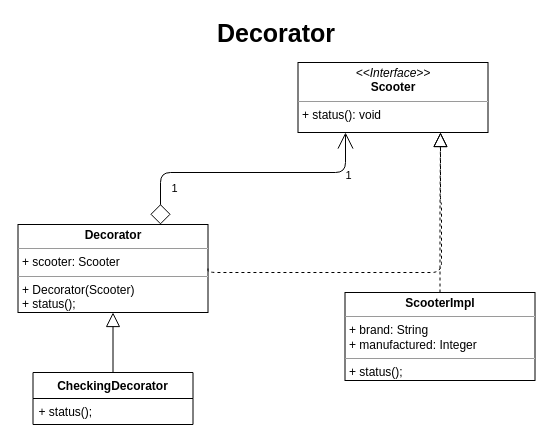
antariuz/uml keeps this draw.io diagram as page "Decorator" (4 of 7) of patterns/structural.drawio. Above is the earlier version. Source tidied: cells renumbered, new cells numbered last; positions are measured from the earlier drawing's top-left corner, leaving out a move shared by most shapes. Both pictures are drawn from the tidied source at 100%, with x=0, y=0 at pixel (17, 22).
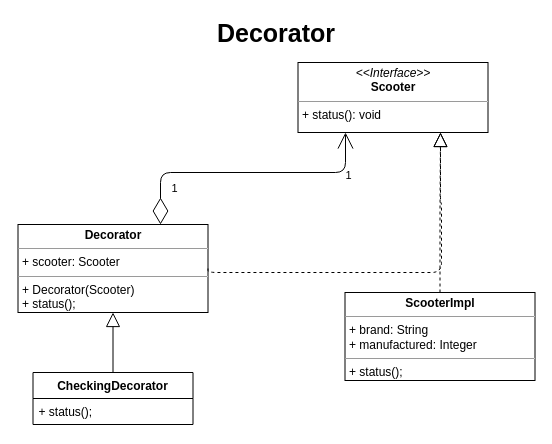
After the change.

What changed in the source:
```diff
@@
 <mxGraphModel>
   <root>
     <mxCell id="0" />
     <mxCell id="1" parent="0" />
     <mxCell id="2" value="&lt;span style=&quot;font-size: 25px&quot;&gt;&lt;b&gt;Decorator&lt;/b&gt;&lt;/span&gt;" style="text;html=1;strokeColor=none;fillColor=none;align=center;verticalAlign=middle;whiteSpace=wrap;rounded=0;" parent="1" vertex="1">
       <mxGeometry x="154" width="210" height="20" as="geometry" />
     </mxCell>
     <mxCell id="3" value="&lt;p style=&quot;margin: 0px ; margin-top: 4px ; text-align: center&quot;&gt;&lt;b&gt;Decorator&lt;/b&gt;&lt;/p&gt;&lt;hr size=&quot;1&quot;&gt;&lt;p style=&quot;margin: 0px ; margin-left: 4px&quot;&gt;+ scooter: Scooter&lt;br&gt;&lt;/p&gt;&lt;hr size=&quot;1&quot;&gt;&lt;p style=&quot;margin: 0px ; margin-left: 4px&quot;&gt;+ Decorator(Scooter)&lt;/p&gt;&lt;p style=&quot;margin: 0px ; margin-left: 4px&quot;&gt;+ status();&lt;br&gt;&lt;/p&gt;" style="verticalAlign=top;align=left;overflow=fill;fontSize=12;fontFamily=Helvetica;html=1;" parent="1" vertex="1">
       <mxGeometry x="0.5" y="202" width="190" height="88" as="geometry" />
     </mxCell>
     <mxCell id="4" value="&lt;p style=&quot;margin: 0px ; margin-top: 4px ; text-align: center&quot;&gt;&lt;i&gt;&amp;lt;&amp;lt;Interface&amp;gt;&amp;gt;&lt;/i&gt;&lt;br&gt;&lt;b&gt;Scooter&lt;/b&gt;&lt;/p&gt;&lt;hr size=&quot;1&quot;&gt;&lt;p style=&quot;margin: 0px ; margin-left: 4px&quot;&gt;+ status(): void&lt;br&gt;&lt;/p&gt;" style="verticalAlign=top;align=left;overflow=fill;fontSize=12;fontFamily=Helvetica;html=1;" parent="1" vertex="1">
       <mxGeometry x="280.5" y="40" width="190" height="70" as="geometry" />
     </mxCell>
-    <mxCell id="5" value="Relation" style="endArrow=open;endSize=14;startArrow=diamond;startSize=18;startFill=0;edgeStyle=orthogonalEdgeStyle;noLabel=1;fontColor=none;labelBackgroundColor=none;endFill=0;strokeWidth=1;entryX=0.25;entryY=1;entryDx=0;entryDy=0;exitX=0.75;exitY=0;exitDx=0;exitDy=0;jumpSize=16;" parent="1" edge="1" source="3" target="4">
+    <mxCell id="5" value="Relation" style="endArrow=open;endSize=14;startArrow=diamondThin;startSize=24;startFill=0;edgeStyle=orthogonalEdgeStyle;noLabel=1;fontColor=none;labelBackgroundColor=none;endFill=0;strokeWidth=1;entryX=0.25;entryY=1;entryDx=0;entryDy=0;exitX=0.75;exitY=0;exitDx=0;exitDy=0;jumpSize=16;" parent="1" edge="1" source="3" target="4">
       <mxGeometry relative="1" as="geometry">
         <Array as="points">
           <mxPoint x="143.5" y="150" />
           <mxPoint x="328.5" y="150" />
         </Array>
       </mxGeometry>
     </mxCell>
     <mxCell id="6" value="1" style="edgeLabel;html=1;align=center;verticalAlign=middle;" parent="5" vertex="1">
       <mxGeometry x="-0.13" y="2" relative="1" as="geometry">
         <mxPoint x="-55" y="17" as="offset" />
       </mxGeometry>
     </mxCell>
     <mxCell id="7" value="1" style="edgeLabel;html=1;align=center;verticalAlign=middle;" parent="5" vertex="1">
       <mxGeometry x="0.59" y="-2" relative="1" as="geometry">
         <mxPoint x="19" as="offset" />
       </mxGeometry>
     </mxCell>
     <mxCell id="8" style="endArrow=block;endFill=0;endSize=12;html=1;entryX=0.75;entryY=1;entryDx=0;entryDy=0;edgeStyle=orthogonalEdgeStyle;dashed=1;exitX=1;exitY=0.5;exitDx=0;exitDy=0;" parent="1" edge="1" source="3" target="4">
       <mxGeometry relative="1" as="geometry">
         <Array as="points">
           <mxPoint x="191" y="250" />
           <mxPoint x="424" y="250" />
           <mxPoint x="424" y="180" />
           <mxPoint x="423" y="180" />
         </Array>
       </mxGeometry>
     </mxCell>
     <mxCell id="9" style="endArrow=block;dashed=1;endFill=0;endSize=12;html=1;exitX=0.5;exitY=0;exitDx=0;exitDy=0;edgeStyle=orthogonalEdgeStyle;entryX=0.75;entryY=1;entryDx=0;entryDy=0;" parent="1" edge="1" source="13" target="4">
       <mxGeometry relative="1" as="geometry" />
     </mxCell>
     <mxCell id="10" value="CheckingDecorator" style="swimlane;fontStyle=1;align=center;verticalAlign=top;horizontal=1;startSize=26;" parent="1" vertex="1">
       <mxGeometry x="15.5" y="350" width="160" height="52" as="geometry" />
     </mxCell>
     <mxCell id="11" value="+ status();" style="text;strokeColor=none;fillColor=none;align=left;verticalAlign=top;spacingLeft=4;spacingRight=4;overflow=hidden;" parent="10" vertex="1">
       <mxGeometry y="26" width="160" height="26" as="geometry" />
     </mxCell>
     <mxCell id="12" style="endArrow=block;endFill=0;endSize=12;html=1;entryX=0.5;entryY=1;entryDx=0;entryDy=0;edgeStyle=orthogonalEdgeStyle;exitX=0.5;exitY=0;exitDx=0;exitDy=0;" parent="1" edge="1" source="10" target="3">
       <mxGeometry relative="1" as="geometry" />
     </mxCell>
     <mxCell id="13" value="&lt;p style=&quot;margin: 0px ; margin-top: 4px ; text-align: center&quot;&gt;&lt;b&gt;ScooterImpl&lt;/b&gt;&lt;/p&gt;&lt;hr size=&quot;1&quot;&gt;&lt;p style=&quot;margin: 0px ; margin-left: 4px&quot;&gt;+ brand: String&lt;br&gt;&lt;/p&gt;&lt;p style=&quot;margin: 0px ; margin-left: 4px&quot;&gt;+ manufactured: Integer&lt;/p&gt;&lt;hr size=&quot;1&quot;&gt;&lt;p style=&quot;margin: 0px ; margin-left: 4px&quot;&gt;&lt;span&gt;+ status();&lt;/span&gt;&lt;br&gt;&lt;/p&gt;" style="verticalAlign=top;align=left;overflow=fill;fontSize=12;fontFamily=Helvetica;html=1;" parent="1" vertex="1">
       <mxGeometry x="327.5" y="270" width="190" height="88" as="geometry" />
     </mxCell>
   </root>
 </mxGraphModel>
```
